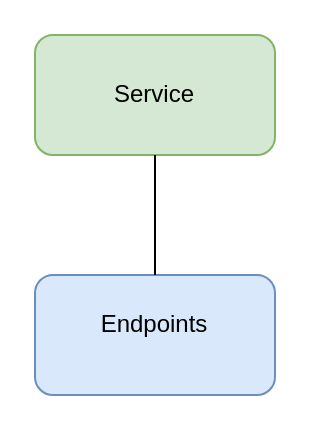
This is Untitled Diagram.drawio from balbir97/CKA, a draw.io file, before an edit. Source tidied: cells renumbered, new cells numbered last; positions are measured from the earlier drawing's top-left corner, leaving out a move shared by most shapes. Both pictures are drawn from the tidied source at 200%, with x=0, y=0 at pixel (34, 34).
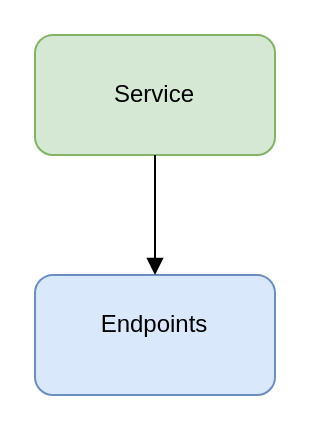
The same diagram, later.

Diff of the diagram source:
```diff
@@
 <mxGraphModel>
   <root>
     <mxCell id="0" />
     <mxCell id="1" parent="0" />
     <mxCell id="2" style="rounded=1;whiteSpace=wrap;html=1;fillColor=#dae8fc;strokeColor=#6c8ebf;" parent="1" vertex="1">
       <mxGeometry y="120" width="120" height="60" as="geometry" />
     </mxCell>
     <mxCell id="3" style="rounded=1;whiteSpace=wrap;html=1;fillColor=#d5e8d4;strokeColor=#82b366;" parent="1" vertex="1">
       <mxGeometry width="120" height="60" as="geometry" />
     </mxCell>
     <mxCell id="4" value="Service" style="text;html=1;align=center;verticalAlign=middle;whiteSpace=wrap;rounded=0;" parent="1" vertex="1">
       <mxGeometry x="30" y="15" width="60" height="30" as="geometry" />
     </mxCell>
     <mxCell id="5" value="Endpoints" style="text;html=1;align=center;verticalAlign=middle;whiteSpace=wrap;rounded=0;" parent="1" vertex="1">
       <mxGeometry x="30" y="130" width="60" height="30" as="geometry" />
     </mxCell>
-    <mxCell id="6" style="endArrow=none;html=1;rounded=0;entryX=0.5;entryY=1;entryDx=0;entryDy=0;" parent="1" edge="1" target="3">
+    <mxCell id="6" style="endArrow=none;html=1;rounded=0;entryX=0.5;entryY=1;entryDx=0;entryDy=0;endFill=0;startArrow=block;startFill=1;" parent="1" edge="1" target="3">
       <mxGeometry relative="1" as="geometry">
         <mxPoint x="60" y="120" as="sourcePoint" />
       </mxGeometry>
     </mxCell>
   </root>
 </mxGraphModel>
```
